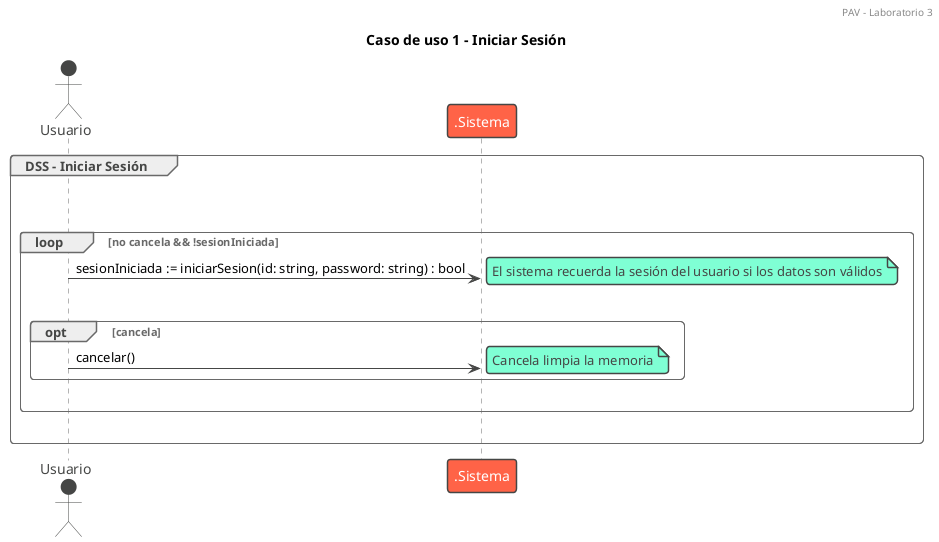
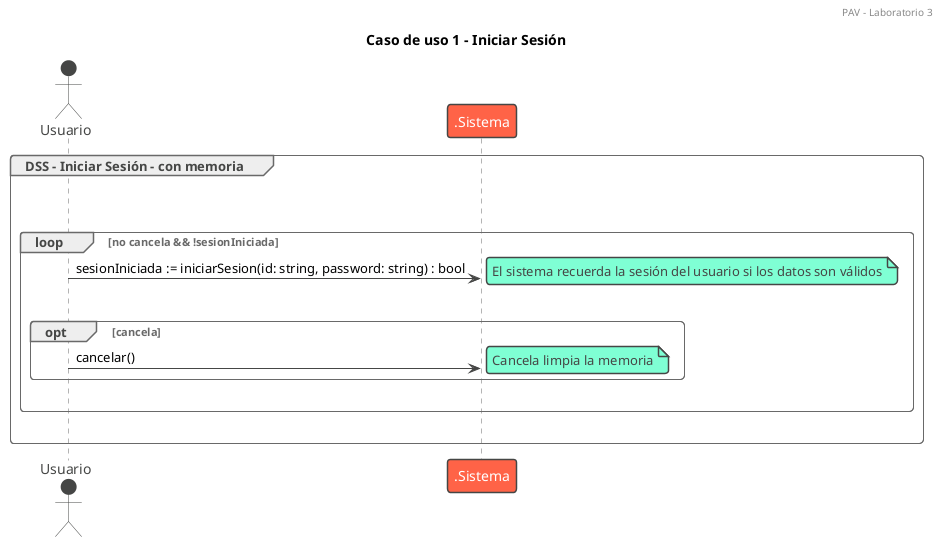
@startuml iniciarSesion

/'El caso de uso comienza cuando un usuario, que no tiene una sesión iniciada,
desea ingresar al sistema. Para ello, el sistema solicita su identificador y su
contraseña. El usuario ingresa ambos datos y, si la contraseña es correcta, el
sistema inicia la sesión. En caso contrario, el sistema informa que los datos
ingresados no son válidos y el usuario puede volver a intentar o cancelar el caso
de uso.'/
!theme vibrant
header PAV - Laboratorio 3

title Caso de uso 1 - Iniciar Sesión

- group DSS - Iniciar Sesión
+ group DSS - Iniciar Sesión - con memoria
|||
actor Usuario
|||

loop no cancela && !sesionIniciada

    Usuario -> .Sistema : sesionIniciada := iniciarSesion(id: string, password: string) : bool
    note right: El sistema recuerda la sesión del usuario si los datos son válidos
    |||

    opt cancela
        Usuario -> .Sistema : cancelar()
        note right: Cancela limpia la memoria
    end
    |||

end

|||
end
@enduml